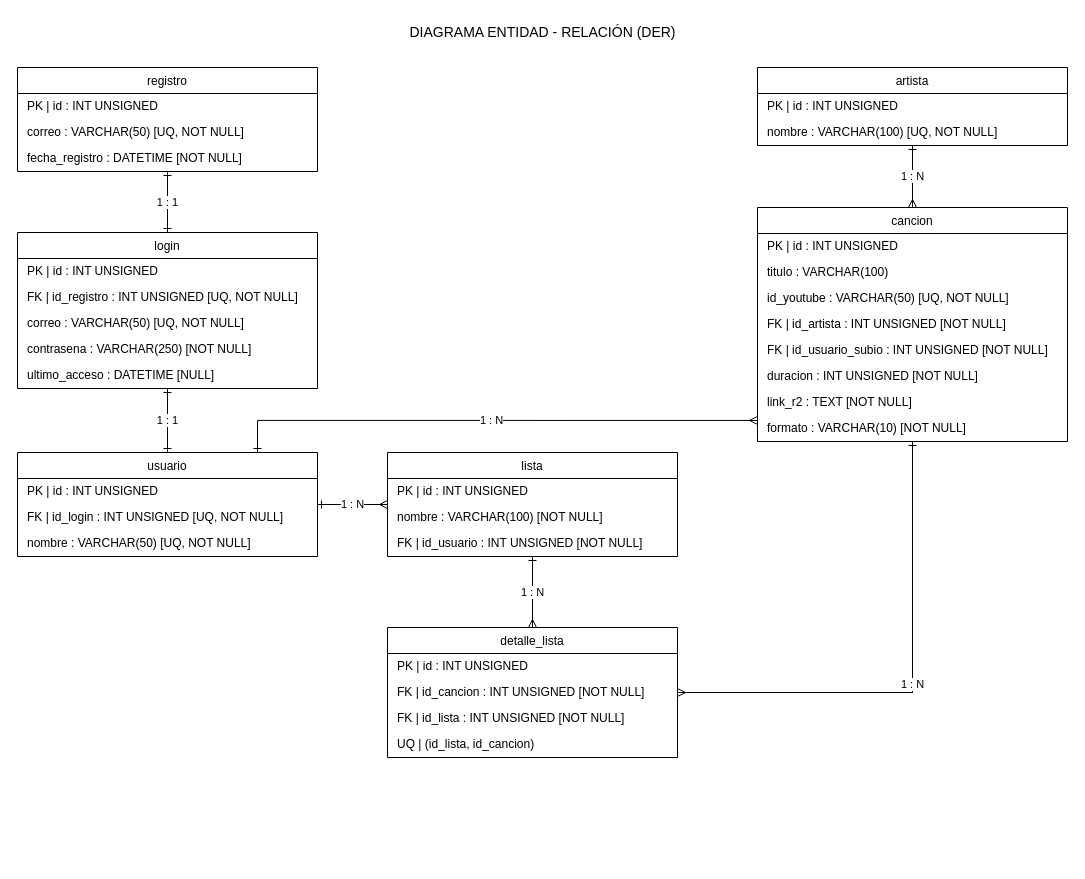
Above: Lyra.drawio in Rocks1D1Xebec/proyecto_db2 (draw.io), before the change. Source tidied: cells renumbered, new cells numbered last; positions are measured from the earlier drawing's top-left corner, leaving out a move shared by most shapes. Both pictures are drawn from the tidied source at 100%, with x=0, y=0 at pixel (17, 17).
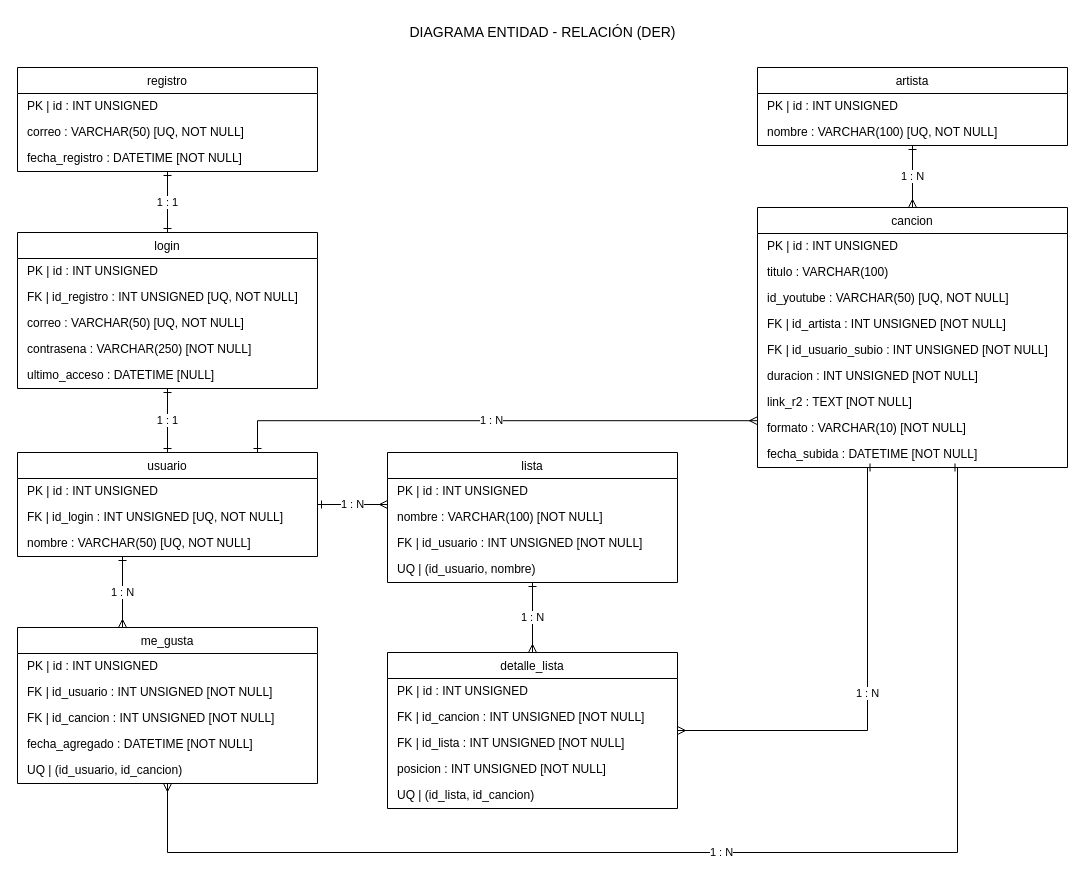
The same diagram, later.

The change refers to these unchanged cells:
```xml
<mxCell id="13" value="usuario" style="swimlane;fontStyle=0;align=center;verticalAlign=top;horizontal=1;startSize=26;html=1;whiteSpace=wrap;fillColor=#FFFFFF;strokeColor=#000000;fontColor=#000000;" parent="1" vertex="1">
  <mxGeometry y="435" width="300" height="104" as="geometry" />
</mxCell>
```

What changed in the source:
```diff
@@
+    <mxCell id="45" value="me_gusta" style="swimlane;fontStyle=0;align=center;verticalAlign=top;horizontal=1;startSize=26;html=1;whiteSpace=wrap;fillColor=#FFFFFF;strokeColor=#000000;fontColor=#000000;" parent="1" vertex="1">
+      <mxGeometry y="610" width="300" height="156" as="geometry" />
+    </mxCell>
+    <mxCell id="46" value="PK | id : INT UNSIGNED" style="text;strokeColor=none;fillColor=none;align=left;verticalAlign=middle;spacingLeft=8;spacingRight=8;overflow=hidden;whiteSpace=wrap;html=1;fontColor=#000000;fontStyle=0;" parent="45" vertex="1">
+      <mxGeometry y="26" width="300" height="26" as="geometry" />
+    </mxCell>
+    <mxCell id="47" value="FK | id_usuario : INT UNSIGNED [NOT NULL]" style="text;strokeColor=none;fillColor=none;align=left;verticalAlign=middle;spacingLeft=8;spacingRight=8;overflow=hidden;whiteSpace=wrap;html=1;fontColor=#000000;fontStyle=0;" parent="45" vertex="1">
+      <mxGeometry y="52" width="300" height="26" as="geometry" />
+    </mxCell>
+    <mxCell id="48" value="FK | id_cancion : INT UNSIGNED [NOT NULL]" style="text;strokeColor=none;fillColor=none;align=left;verticalAlign=middle;spacingLeft=8;spacingRight=8;overflow=hidden;whiteSpace=wrap;html=1;fontColor=#000000;fontStyle=0;" parent="45" vertex="1">
+      <mxGeometry y="78" width="300" height="26" as="geometry" />
+    </mxCell>
+    <mxCell id="49" value="     fecha_agregado : DATETIME [NOT NULL]" style="text;strokeColor=none;fillColor=none;align=left;verticalAlign=middle;spacingLeft=8;spacingRight=8;overflow=hidden;whiteSpace=wrap;html=1;fontColor=#000000;fontStyle=0;" parent="45" vertex="1">
+      <mxGeometry y="104" width="300" height="26" as="geometry" />
+    </mxCell>
+    <mxCell id="50" value="UQ | (id_usuario, id_cancion)" style="text;strokeColor=none;fillColor=none;align=left;verticalAlign=middle;spacingLeft=8;spacingRight=8;overflow=hidden;whiteSpace=wrap;html=1;fontColor=#000000;fontStyle=0;" parent="45" vertex="1">
+      <mxGeometry y="130" width="300" height="26" as="geometry" />
+    </mxCell>
@@
     <mxCell id="20" value="cancion" style="swimlane;fontStyle=0;align=center;verticalAlign=top;horizontal=1;startSize=26;html=1;whiteSpace=wrap;fillColor=#FFFFFF;strokeColor=#000000;fontColor=#000000;" parent="1" vertex="1">
-      <mxGeometry x="740" y="190" width="310" height="234" as="geometry" />
+      <mxGeometry x="740" y="190" width="310" height="260" as="geometry" />
     </mxCell>
@@
+    <mxCell id="51" value="     fecha_subida : DATETIME [NOT NULL]" style="text;strokeColor=none;fillColor=none;align=left;verticalAlign=middle;spacingLeft=8;spacingRight=8;overflow=hidden;whiteSpace=wrap;html=1;fontColor=#000000;fontStyle=0;" parent="20" vertex="1">
+      <mxGeometry y="234" width="310" height="26" as="geometry" />
+    </mxCell>
     <mxCell id="29" value="lista" style="swimlane;fontStyle=0;align=center;verticalAlign=top;horizontal=1;startSize=26;html=1;whiteSpace=wrap;fillColor=#FFFFFF;strokeColor=#000000;fontColor=#000000;" parent="1" vertex="1">
-      <mxGeometry x="370" y="435" width="290" height="104" as="geometry" />
+      <mxGeometry x="370" y="435" width="290" height="130" as="geometry" />
     </mxCell>
@@
+    <mxCell id="52" value="UQ | (id_usuario, nombre)" style="text;strokeColor=none;fillColor=none;align=left;verticalAlign=middle;spacingLeft=8;spacingRight=8;overflow=hidden;whiteSpace=wrap;html=1;fontColor=#000000;fontStyle=0;" parent="29" vertex="1">
+      <mxGeometry y="104" width="290" height="26" as="geometry" />
+    </mxCell>
     <mxCell id="33" value="detalle_lista" style="swimlane;fontStyle=0;align=center;verticalAlign=top;horizontal=1;startSize=26;html=1;whiteSpace=wrap;fillColor=#FFFFFF;strokeColor=#000000;fontColor=#000000;" parent="1" vertex="1">
-      <mxGeometry x="370" y="610" width="290" height="130" as="geometry" />
+      <mxGeometry x="370" y="635" width="290" height="156" as="geometry" />
     </mxCell>
@@
-    <mxCell id="37" value="UQ | (id_lista, id_cancion)" style="text;strokeColor=none;fillColor=none;align=left;verticalAlign=middle;spacingLeft=8;spacingRight=8;overflow=hidden;whiteSpace=wrap;html=1;fontColor=#000000;fontStyle=0;" parent="33" vertex="1">
+    <mxCell id="37" value="     posicion : INT UNSIGNED [NOT NULL]" style="text;strokeColor=none;fillColor=none;align=left;verticalAlign=middle;spacingLeft=8;spacingRight=8;overflow=hidden;whiteSpace=wrap;html=1;fontColor=#000000;fontStyle=0;" parent="33" vertex="1">
       <mxGeometry y="104" width="290" height="26" as="geometry" />
     </mxCell>
+    <mxCell id="53" value="UQ | (id_lista, id_cancion)" style="text;strokeColor=none;fillColor=none;align=left;verticalAlign=middle;spacingLeft=8;spacingRight=8;overflow=hidden;whiteSpace=wrap;html=1;fontColor=#000000;fontStyle=0;" parent="33" vertex="1">
+      <mxGeometry y="130" width="290" height="26" as="geometry" />
+    </mxCell>
@@
-    <mxCell id="40" value="1 : N" style="edgeStyle=orthogonalEdgeStyle;rounded=0;jettySize=auto;html=1;strokeWidth=1;strokeColor=#000000;labelBackgroundColor=#FFFFFF;fontColor=#000000;fontStyle=0;startArrow=ERone;startFill=0;endArrow=ERmany;endFill=0;exitX=1.0;exitY=0.5;exitDx=0;exitDy=0;entryX=0.0;entryY=0.5;entryDx=0;entryDy=0;" parent="1" edge="1" source="13" target="29">
+    <mxCell id="40" value="1 : N" style="edgeStyle=orthogonalEdgeStyle;rounded=0;jettySize=auto;html=1;strokeWidth=1;strokeColor=#000000;labelBackgroundColor=#FFFFFF;fontColor=#000000;fontStyle=0;startArrow=ERone;startFill=0;endArrow=ERmany;endFill=0;exitX=1.0;exitY=0.5;exitDx=0;exitDy=0;entryX=0.0;entryY=0.4;entryDx=0;entryDy=0;" parent="1" edge="1" source="13" target="29">
       <mxGeometry relative="1" as="geometry" />
     </mxCell>
-    <mxCell id="41" value="1 : N" style="edgeStyle=orthogonalEdgeStyle;rounded=0;jettySize=auto;html=1;strokeWidth=1;strokeColor=#000000;labelBackgroundColor=#FFFFFF;fontColor=#000000;fontStyle=0;startArrow=ERone;startFill=0;endArrow=ERmany;endFill=0;exitX=0.8;exitY=0.0;exitDx=0;exitDy=0;entryX=0.0;entryY=0.91;entryDx=0;entryDy=0;" parent="1" edge="1" source="13" target="20">
+    <mxCell id="41" value="1 : N" style="edgeStyle=orthogonalEdgeStyle;rounded=0;jettySize=auto;html=1;strokeWidth=1;strokeColor=#000000;labelBackgroundColor=#FFFFFF;fontColor=#000000;fontStyle=0;startArrow=ERone;startFill=0;endArrow=ERmany;endFill=0;exitX=0.8;exitY=0.0;exitDx=0;exitDy=0;entryX=0.0;entryY=0.82;entryDx=0;entryDy=0;" parent="1" edge="1" source="13" target="20">
       <mxGeometry relative="1" as="geometry">
         <Array as="points">
           <mxPoint x="240" y="403" />
         </Array>
       </mxGeometry>
     </mxCell>
+    <mxCell id="54" value="1 : N" style="edgeStyle=orthogonalEdgeStyle;rounded=0;jettySize=auto;html=1;strokeWidth=1;strokeColor=#000000;labelBackgroundColor=#FFFFFF;fontColor=#000000;fontStyle=0;startArrow=ERone;startFill=0;endArrow=ERmany;endFill=0;exitX=0.35;exitY=1.0;exitDx=0;exitDy=0;entryX=0.35;entryY=0.0;entryDx=0;entryDy=0;" parent="1" edge="1" source="13" target="45">
+      <mxGeometry relative="1" as="geometry" />
+    </mxCell>
@@
-    <mxCell id="44" value="1 : N" style="edgeStyle=orthogonalEdgeStyle;rounded=0;jettySize=auto;html=1;strokeWidth=1;strokeColor=#000000;labelBackgroundColor=#FFFFFF;fontColor=#000000;fontStyle=0;startArrow=ERone;startFill=0;endArrow=ERmany;endFill=0;exitX=0.5;exitY=1.0;exitDx=0;exitDy=0;entryX=1.0;entryY=0.5;entryDx=0;entryDy=0;" parent="1" edge="1" source="20" target="33">
+    <mxCell id="44" value="1 : N" style="edgeStyle=orthogonalEdgeStyle;rounded=0;jettySize=auto;html=1;strokeWidth=1;strokeColor=#000000;labelBackgroundColor=#FFFFFF;fontColor=#000000;fontStyle=0;startArrow=ERone;startFill=0;endArrow=ERmany;endFill=0;exitX=0.35;exitY=1.0;exitDx=0;exitDy=0;entryX=1.0;entryY=0.5;entryDx=0;entryDy=0;" parent="1" edge="1" source="20" target="33">
       <mxGeometry relative="1" as="geometry">
         <Array as="points">
-          <mxPoint x="895" y="675" />
+          <mxPoint x="850" y="713" />
         </Array>
       </mxGeometry>
     </mxCell>
+    <mxCell id="55" value="1 : N" style="edgeStyle=orthogonalEdgeStyle;rounded=0;jettySize=auto;html=1;strokeWidth=1;strokeColor=#000000;labelBackgroundColor=#FFFFFF;fontColor=#000000;fontStyle=0;startArrow=ERone;startFill=0;endArrow=ERmany;endFill=0;exitX=0.65;exitY=1.0;exitDx=0;exitDy=0;entryX=0.5;entryY=1.0;entryDx=0;entryDy=0;" parent="1" edge="1" source="20" target="45">
+      <mxGeometry relative="1" as="geometry">
+        <Array as="points">
+          <mxPoint x="940" y="835" />
+          <mxPoint x="150" y="835" />
+        </Array>
+      </mxGeometry>
+    </mxCell>
```
